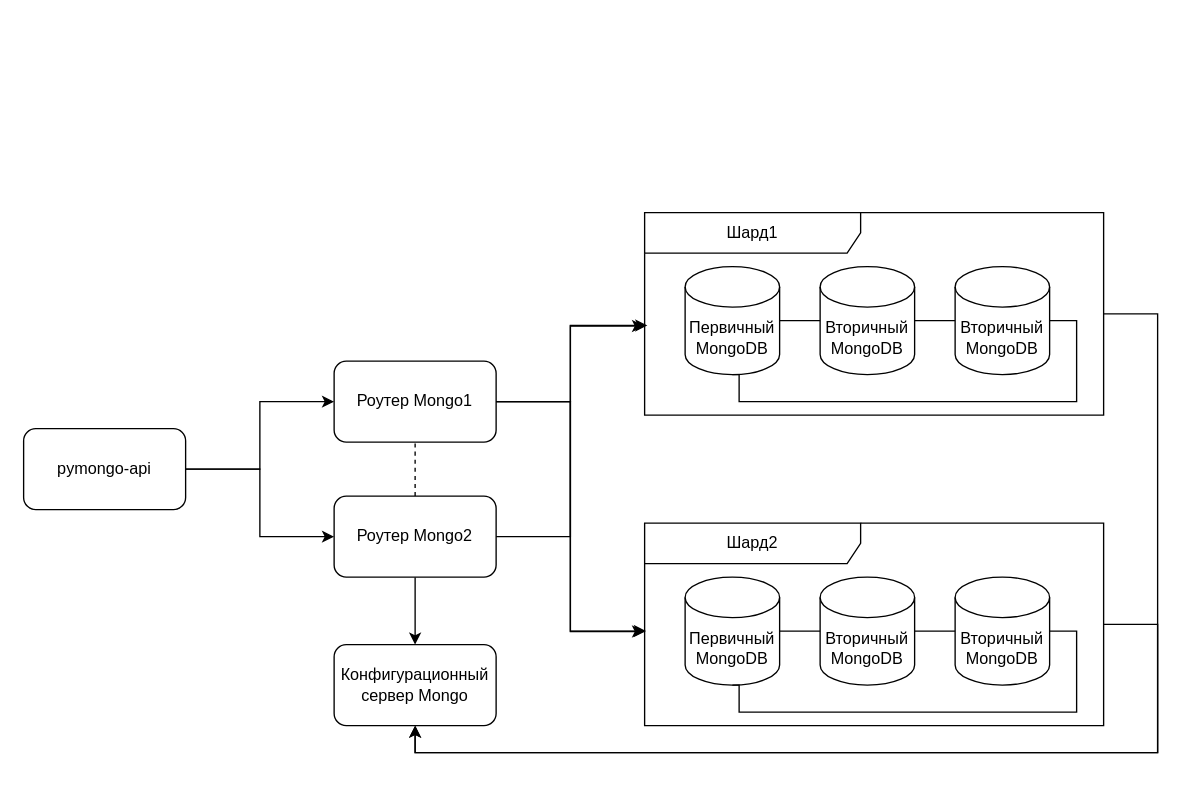
schnack/architecture-sprint-2 keeps this draw.io diagram as page "2step" (3 of 4) of task1.drawio. Above is the earlier version. Source tidied: cells renumbered, new cells numbered last; positions are measured from the earlier drawing's top-left corner, leaving out a move shared by most shapes. Both pictures are drawn from the tidied source at 135%, with x=0, y=0 at pixel (23, 212).
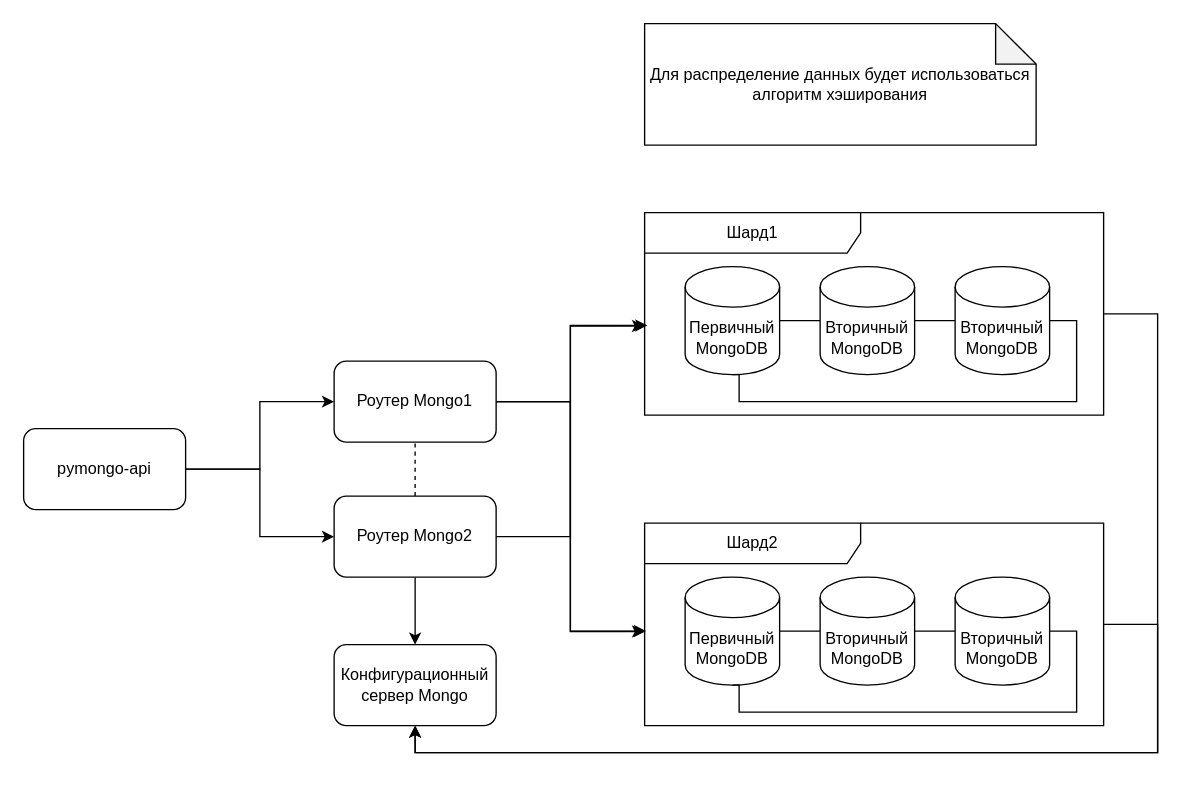
The same page after the edit.

What changed in the source:
```diff
@@
+    <mxCell id="30" value="Для распределение данных будет использоваться алгоритм хэширования" style="shape=note;whiteSpace=wrap;html=1;backgroundOutline=1;darkOpacity=0.05;" parent="1" vertex="1">
+      <mxGeometry x="460" y="-140" width="290" height="90" as="geometry" />
+    </mxCell>
```
